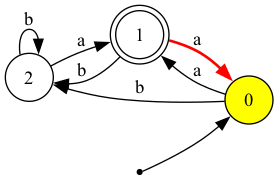
lakshsidhu04/FSA-Vizualizah keeps this Graphviz diagram as PNGFiles/instance_2.png. Above is the earlier version. Its source is kept beside it as DOTFiles/instance_2.dot. Source of this version:
```dot
digraph DFA {
 rankdir=LR;
 node [shape=circle];
 size="8,5";
 overlap=false;
 splines=true;
 2;
 1 [shape=doublecircle];
 0 [style=filled, fillcolor=yellow];
 init [shape=point];
 init -> 0;
 2 -> 2 [label="b"];
 2 -> 1 [label="a"];
 1 -> 2 [label="b"];
 1 -> 0 [label="a", color=red, penwidth=2.0];
 0 -> 2 [label="b"];
 0 -> 1 [label="a"];
}
```
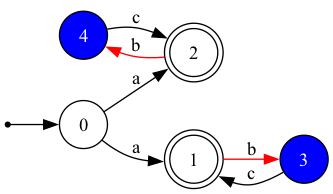
After the commit.

Change to the diagram source:
```diff
@@ -1,18 +1,20 @@
-digraph DFA {
+digraph NFA {
  rankdir=LR;
  node [shape=circle];
  size="8,5";
  overlap=false;
  splines=true;
- 2;
+ 4 [style=filled, fillcolor=blue, fontcolor=white];
+ 3 [style=filled, fillcolor=blue, fontcolor=white];
+ 2 [shape=doublecircle];
  1 [shape=doublecircle];
- 0 [style=filled, fillcolor=yellow];
- init [shape=point];
- init -> 0;
- 2 -> 2 [label="b"];
- 2 -> 1 [label="a"];
- 1 -> 2 [label="b"];
- 1 -> 0 [label="a", color=red, penwidth=2.0];
- 0 -> 2 [label="b"];
- 0 -> 1 [label="a"];
+ 0;
+  init [shape=point];
+  init -> 0;
+  4 -> 2 [label="c"];
+  3 -> 1 [label="c"];
+  2 -> 4 [label="b", color=red];
+  1 -> 3 [label="b", color=red];
+  0 -> 2 [label="a"];
+  0 -> 1 [label="a"];
 }
```
